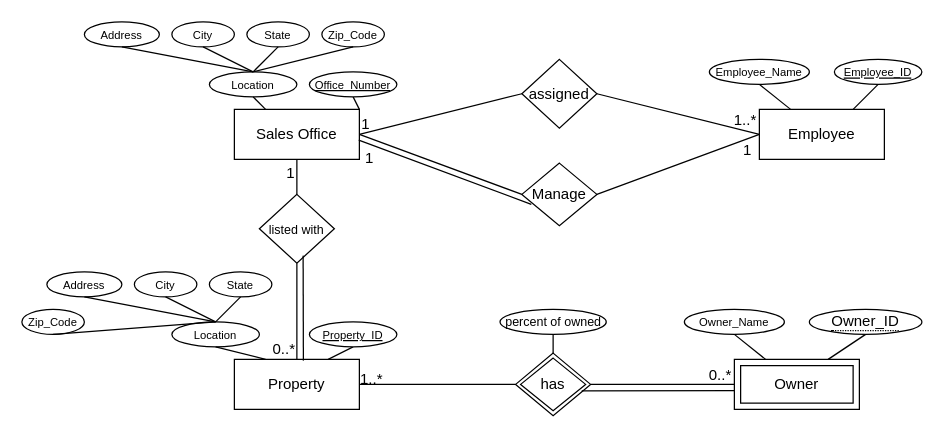
Before: ERD/real estate firm.drawio in omareldesokyy/ERD, a draw.io diagram. Source tidied: cells renumbered, new cells numbered last; positions are measured from the earlier drawing's top-left corner, leaving out a move shared by most shapes. Both pictures are drawn from the tidied source at 125%, with x=0, y=0 at pixel (21, 21).
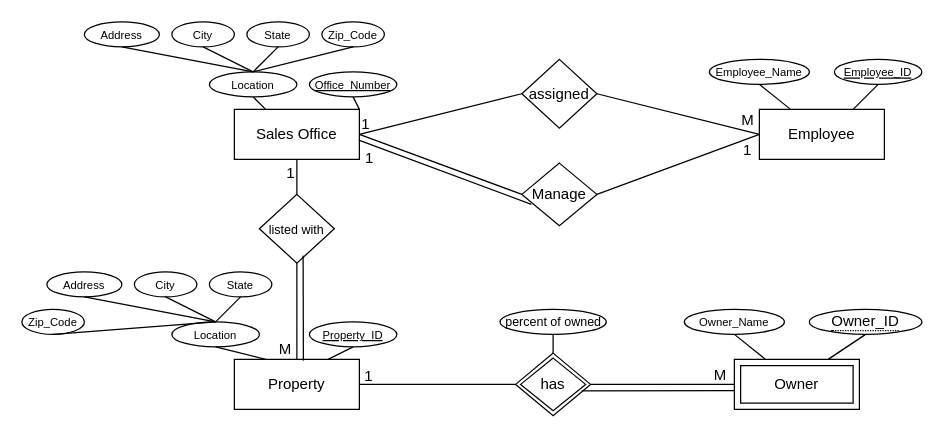
The same page after the edit.

The change refers to these unchanged cells:
```xml
<mxCell id="41" style="endArrow=none;html=1;rounded=0;exitX=1;exitY=0.5;exitDx=0;exitDy=0;entryX=0;entryY=0.5;entryDx=0;entryDy=0;" parent="1" edge="1" source="2" target="5">
  <mxGeometry relative="1" as="geometry" />
</mxCell>
<mxCell id="45" style="endArrow=none;html=1;rounded=0;exitX=1;exitY=0.5;exitDx=0;exitDy=0;entryX=0;entryY=0.5;entryDx=0;entryDy=0;" parent="1" edge="1" source="2" target="38">
  <mxGeometry relative="1" as="geometry" />
</mxCell>
```

What changed in the source:
```diff
@@
-    <mxCell id="43" value="1..*" style="html=1;whiteSpace=wrap;align=right;verticalAlign=bottom;" parent="41" vertex="1">
+    <mxCell id="43" value="M" style="html=1;whiteSpace=wrap;align=right;verticalAlign=bottom;" parent="41" vertex="1">
       <mxGeometry x="1" relative="1" as="geometry">
-        <mxPoint x="189" y="29" as="offset" />
+        <mxPoint x="187" y="29" as="offset" />
       </mxGeometry>
     </mxCell>
-    <mxCell id="44" value="1..*" style="html=1;whiteSpace=wrap;align=right;verticalAlign=bottom;" parent="41" vertex="1">
+    <mxCell id="44" value="1" style="html=1;whiteSpace=wrap;align=right;verticalAlign=bottom;" parent="41" vertex="1">
       <mxGeometry x="1" relative="1" as="geometry">
-        <mxPoint x="-110" y="236" as="offset" />
+        <mxPoint x="-118" y="234" as="offset" />
       </mxGeometry>
     </mxCell>
@@
-    <mxCell id="49" value="0..*" style="html=1;whiteSpace=wrap;align=left;verticalAlign=bottom;" parent="45" vertex="1">
+    <mxCell id="49" value="M" style="html=1;whiteSpace=wrap;align=left;verticalAlign=bottom;" parent="45" vertex="1">
       <mxGeometry x="-1" relative="1" as="geometry">
-        <mxPoint x="-71" y="180" as="offset" />
+        <mxPoint x="-66" y="180" as="offset" />
       </mxGeometry>
     </mxCell>
-    <mxCell id="50" value="0..*" style="html=1;whiteSpace=wrap;align=left;verticalAlign=bottom;" parent="45" vertex="1">
+    <mxCell id="50" value="M" style="html=1;whiteSpace=wrap;align=left;verticalAlign=bottom;" parent="45" vertex="1">
       <mxGeometry x="-1" relative="1" as="geometry">
-        <mxPoint x="278" y="201" as="offset" />
+        <mxPoint x="282" y="201" as="offset" />
       </mxGeometry>
     </mxCell>
```
